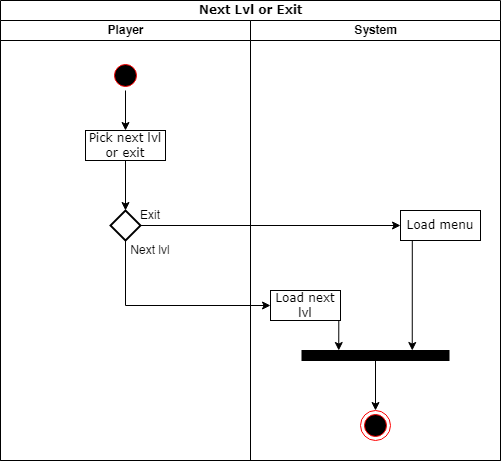
johannfac/A-Lone-Burglar keeps this draw.io diagram as Next Lvl or Exit.drawio.png. Above is the earlier version. Source tidied: cells renumbered, new cells last; positions are measured from the earlier drawing's top-left corner, leaving out a move shared by most shapes.
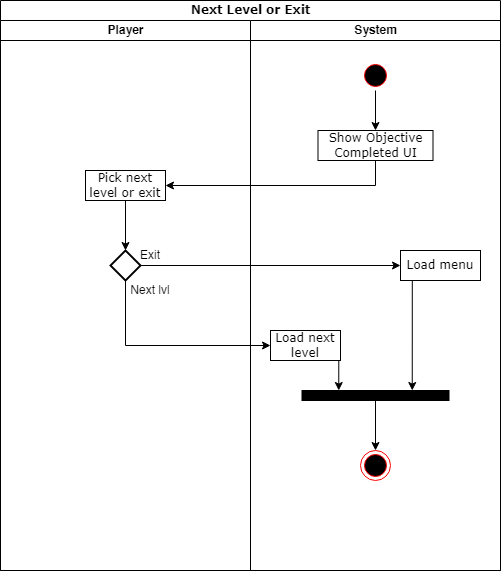
After the change.

The edit, as a diff of the source:
```diff
@@ -2,70 +2,76 @@
   <root>
     <mxCell id="0" />
     <mxCell id="1" parent="0" />
-    <mxCell id="2" value="Next Lvl or Exit" style="swimlane;html=1;startSize=20;rounded=0;shadow=0;comic=0;labelBackgroundColor=none;strokeWidth=1;fontFamily=Verdana;fontSize=12;align=center;" parent="1" vertex="1">
-      <mxGeometry width="500" height="460" as="geometry" />
+    <mxCell id="2" value="Next Level or Exit" style="swimlane;html=1;startSize=20;rounded=0;shadow=0;comic=0;labelBackgroundColor=none;strokeWidth=1;fontFamily=Verdana;fontSize=12;align=center;" parent="1" vertex="1">
+      <mxGeometry width="500" height="570" as="geometry" />
     </mxCell>
     <mxCell id="3" value="Player" style="swimlane;html=1;startSize=20;" parent="2" vertex="1">
-      <mxGeometry y="20" width="250" height="440" as="geometry" />
+      <mxGeometry y="20" width="250" height="550" as="geometry" />
     </mxCell>
-    <mxCell id="4" style="edgeStyle=orthogonalEdgeStyle;rounded=0;jettySize=auto;html=1;exitX=0.5;exitY=1;exitDx=0;exitDy=0;entryX=0.5;entryY=0;entryDx=0;entryDy=0;" parent="3" edge="1" source="5" target="7">
-      <mxGeometry relative="1" as="geometry" />
-    </mxCell>
-    <mxCell id="5" style="ellipse;html=1;shape=startState;fillColor=#000000;strokeColor=#ff0000;" parent="3" vertex="1">
-      <mxGeometry x="110" y="40" width="30" height="30" as="geometry" />
-    </mxCell>
     <mxCell id="6" style="edgeStyle=orthogonalEdgeStyle;rounded=0;jettySize=auto;html=1;exitX=0.5;exitY=1;exitDx=0;exitDy=0;entryX=0.5;entryY=0;entryDx=0;entryDy=0;" parent="3" edge="1" source="7" target="8">
       <mxGeometry relative="1" as="geometry" />
     </mxCell>
-    <mxCell id="7" value="Pick next lvl or exit" style="rounded=0;whiteSpace=wrap;html=1;shadow=0;comic=0;labelBackgroundColor=none;strokeWidth=1;fontFamily=Verdana;fontSize=12;align=center;arcSize=50;" parent="3" vertex="1">
-      <mxGeometry x="85" y="110" width="80" height="30" as="geometry" />
+    <mxCell id="7" value="Pick next level or exit" style="rounded=0;whiteSpace=wrap;html=1;shadow=0;comic=0;labelBackgroundColor=none;strokeWidth=1;fontFamily=Verdana;fontSize=12;align=center;arcSize=50;" parent="3" vertex="1">
+      <mxGeometry x="85" y="150" width="80" height="30" as="geometry" />
     </mxCell>
     <mxCell id="8" style="rhombus;whiteSpace=wrap;html=1;strokeColor=default;strokeWidth=2;fillColor=#FFFFFF;" parent="3" vertex="1">
-      <mxGeometry x="110" y="190" width="30" height="30" as="geometry" />
+      <mxGeometry x="110" y="230" width="30" height="30" as="geometry" />
     </mxCell>
     <mxCell id="9" value="Exit" style="text;html=1;strokeColor=none;fillColor=none;align=center;verticalAlign=middle;whiteSpace=wrap;rounded=0;" parent="3" vertex="1">
-      <mxGeometry x="120" y="185" width="60" height="20" as="geometry" />
+      <mxGeometry x="120" y="225" width="60" height="20" as="geometry" />
     </mxCell>
     <mxCell id="10" value="Next lvl" style="text;html=1;strokeColor=none;fillColor=none;align=center;verticalAlign=middle;whiteSpace=wrap;rounded=0;" parent="3" vertex="1">
-      <mxGeometry x="120" y="220" width="60" height="20" as="geometry" />
+      <mxGeometry x="120" y="260" width="60" height="20" as="geometry" />
     </mxCell>
+    <mxCell id="19" style="edgeStyle=orthogonalEdgeStyle;rounded=0;jettySize=auto;html=1;exitX=1;exitY=0.5;exitDx=0;exitDy=0;entryX=0;entryY=0.5;entryDx=0;entryDy=0;" parent="2" edge="1" source="8" target="13">
+      <mxGeometry relative="1" as="geometry" />
+    </mxCell>
+    <mxCell id="20" style="edgeStyle=orthogonalEdgeStyle;rounded=0;jettySize=auto;html=1;exitX=0.5;exitY=1;exitDx=0;exitDy=0;entryX=0;entryY=0.5;entryDx=0;entryDy=0;" parent="2" edge="1" source="8" target="15">
+      <mxGeometry relative="1" as="geometry" />
+    </mxCell>
     <mxCell id="11" value="System" style="swimlane;html=1;startSize=20;" parent="2" vertex="1">
-      <mxGeometry x="250" y="20" width="250" height="440" as="geometry" />
+      <mxGeometry x="250" y="20" width="250" height="550" as="geometry" />
     </mxCell>
     <mxCell id="12" style="edgeStyle=orthogonalEdgeStyle;rounded=0;jettySize=auto;html=1;exitX=0.5;exitY=1;exitDx=0;exitDy=0;entryX=0.75;entryY=0;entryDx=0;entryDy=0;" parent="11" edge="1" source="13" target="17">
       <mxGeometry relative="1" as="geometry">
         <Array as="points">
-          <mxPoint x="162" y="220" />
+          <mxPoint x="162" y="260" />
         </Array>
       </mxGeometry>
     </mxCell>
     <mxCell id="13" value="Load menu" style="rounded=0;whiteSpace=wrap;html=1;shadow=0;comic=0;labelBackgroundColor=none;strokeWidth=1;fontFamily=Verdana;fontSize=12;align=center;arcSize=50;" parent="11" vertex="1">
-      <mxGeometry x="150" y="190" width="80" height="30" as="geometry" />
+      <mxGeometry x="150" y="230" width="80" height="30" as="geometry" />
     </mxCell>
     <mxCell id="14" style="edgeStyle=orthogonalEdgeStyle;rounded=0;jettySize=auto;html=1;exitX=0.5;exitY=1;exitDx=0;exitDy=0;entryX=0.25;entryY=0;entryDx=0;entryDy=0;" parent="11" edge="1" source="15" target="17">
       <mxGeometry relative="1" as="geometry">
         <Array as="points">
-          <mxPoint x="88" y="300" />
+          <mxPoint x="88" y="340" />
         </Array>
       </mxGeometry>
     </mxCell>
-    <mxCell id="15" value="Load next lvl" style="rounded=0;whiteSpace=wrap;html=1;shadow=0;comic=0;labelBackgroundColor=none;strokeWidth=1;fontFamily=Verdana;fontSize=12;align=center;arcSize=50;" parent="11" vertex="1">
-      <mxGeometry x="20" y="270" width="70" height="30" as="geometry" />
+    <mxCell id="15" value="Load next level" style="rounded=0;whiteSpace=wrap;html=1;shadow=0;comic=0;labelBackgroundColor=none;strokeWidth=1;fontFamily=Verdana;fontSize=12;align=center;arcSize=50;" parent="11" vertex="1">
+      <mxGeometry x="20" y="310" width="70" height="30" as="geometry" />
     </mxCell>
     <mxCell id="16" style="edgeStyle=orthogonalEdgeStyle;rounded=0;jettySize=auto;html=1;exitX=0.5;exitY=1;exitDx=0;exitDy=0;entryX=0.5;entryY=0;entryDx=0;entryDy=0;" parent="11" edge="1" source="17" target="18">
       <mxGeometry relative="1" as="geometry" />
     </mxCell>
     <mxCell id="17" style="whiteSpace=wrap;html=1;rounded=0;shadow=0;comic=0;labelBackgroundColor=none;strokeWidth=1;fillColor=#000000;fontFamily=Verdana;fontSize=12;align=center;rotation=0;" parent="11" vertex="1">
-      <mxGeometry x="51.5" y="330" width="147" height="10" as="geometry" />
+      <mxGeometry x="51.5" y="370" width="147" height="10" as="geometry" />
     </mxCell>
     <mxCell id="18" style="ellipse;html=1;shape=endState;fillColor=#000000;strokeColor=#ff0000;" parent="11" vertex="1">
-      <mxGeometry x="110" y="390" width="30" height="30" as="geometry" />
+      <mxGeometry x="110" y="430" width="30" height="30" as="geometry" />
     </mxCell>
-    <mxCell id="19" style="edgeStyle=orthogonalEdgeStyle;rounded=0;jettySize=auto;html=1;exitX=1;exitY=0.5;exitDx=0;exitDy=0;entryX=0;entryY=0.5;entryDx=0;entryDy=0;" parent="2" edge="1" source="8" target="13">
-      <mxGeometry relative="1" as="geometry" />
-    </mxCell>
-    <mxCell id="20" style="edgeStyle=orthogonalEdgeStyle;rounded=0;jettySize=auto;html=1;exitX=0.5;exitY=1;exitDx=0;exitDy=0;entryX=0;entryY=0.5;entryDx=0;entryDy=0;" parent="2" edge="1" source="8" target="15">
-      <mxGeometry relative="1" as="geometry" />
-    </mxCell>
+    <mxCell id="21" value="Show Objective Completed UI" style="rounded=0;whiteSpace=wrap;html=1;shadow=0;comic=0;labelBackgroundColor=none;strokeWidth=1;fontFamily=Verdana;fontSize=12;align=center;arcSize=50;" parent="11" vertex="1">
+      <mxGeometry x="67.5" y="110" width="115" height="30" as="geometry" />
+    </mxCell>
+    <mxCell id="5" style="ellipse;html=1;shape=startState;fillColor=#000000;strokeColor=#ff0000;" parent="11" vertex="1">
+      <mxGeometry x="110" y="40" width="30" height="30" as="geometry" />
+    </mxCell>
+    <mxCell id="4" style="edgeStyle=orthogonalEdgeStyle;rounded=0;jettySize=auto;html=1;exitX=0.5;exitY=1;exitDx=0;exitDy=0;entryX=0.5;entryY=0;entryDx=0;entryDy=0;" parent="11" edge="1" source="5" target="21">
+      <mxGeometry relative="1" as="geometry" />
+    </mxCell>
+    <mxCell id="22" style="edgeStyle=orthogonalEdgeStyle;rounded=0;jettySize=auto;html=1;exitX=0.5;exitY=1;exitDx=0;exitDy=0;entryX=1;entryY=0.5;entryDx=0;entryDy=0;" parent="2" edge="1" source="21" target="7">
+      <mxGeometry relative="1" as="geometry" />
+    </mxCell>
   </root>
 </mxGraphModel>
```
